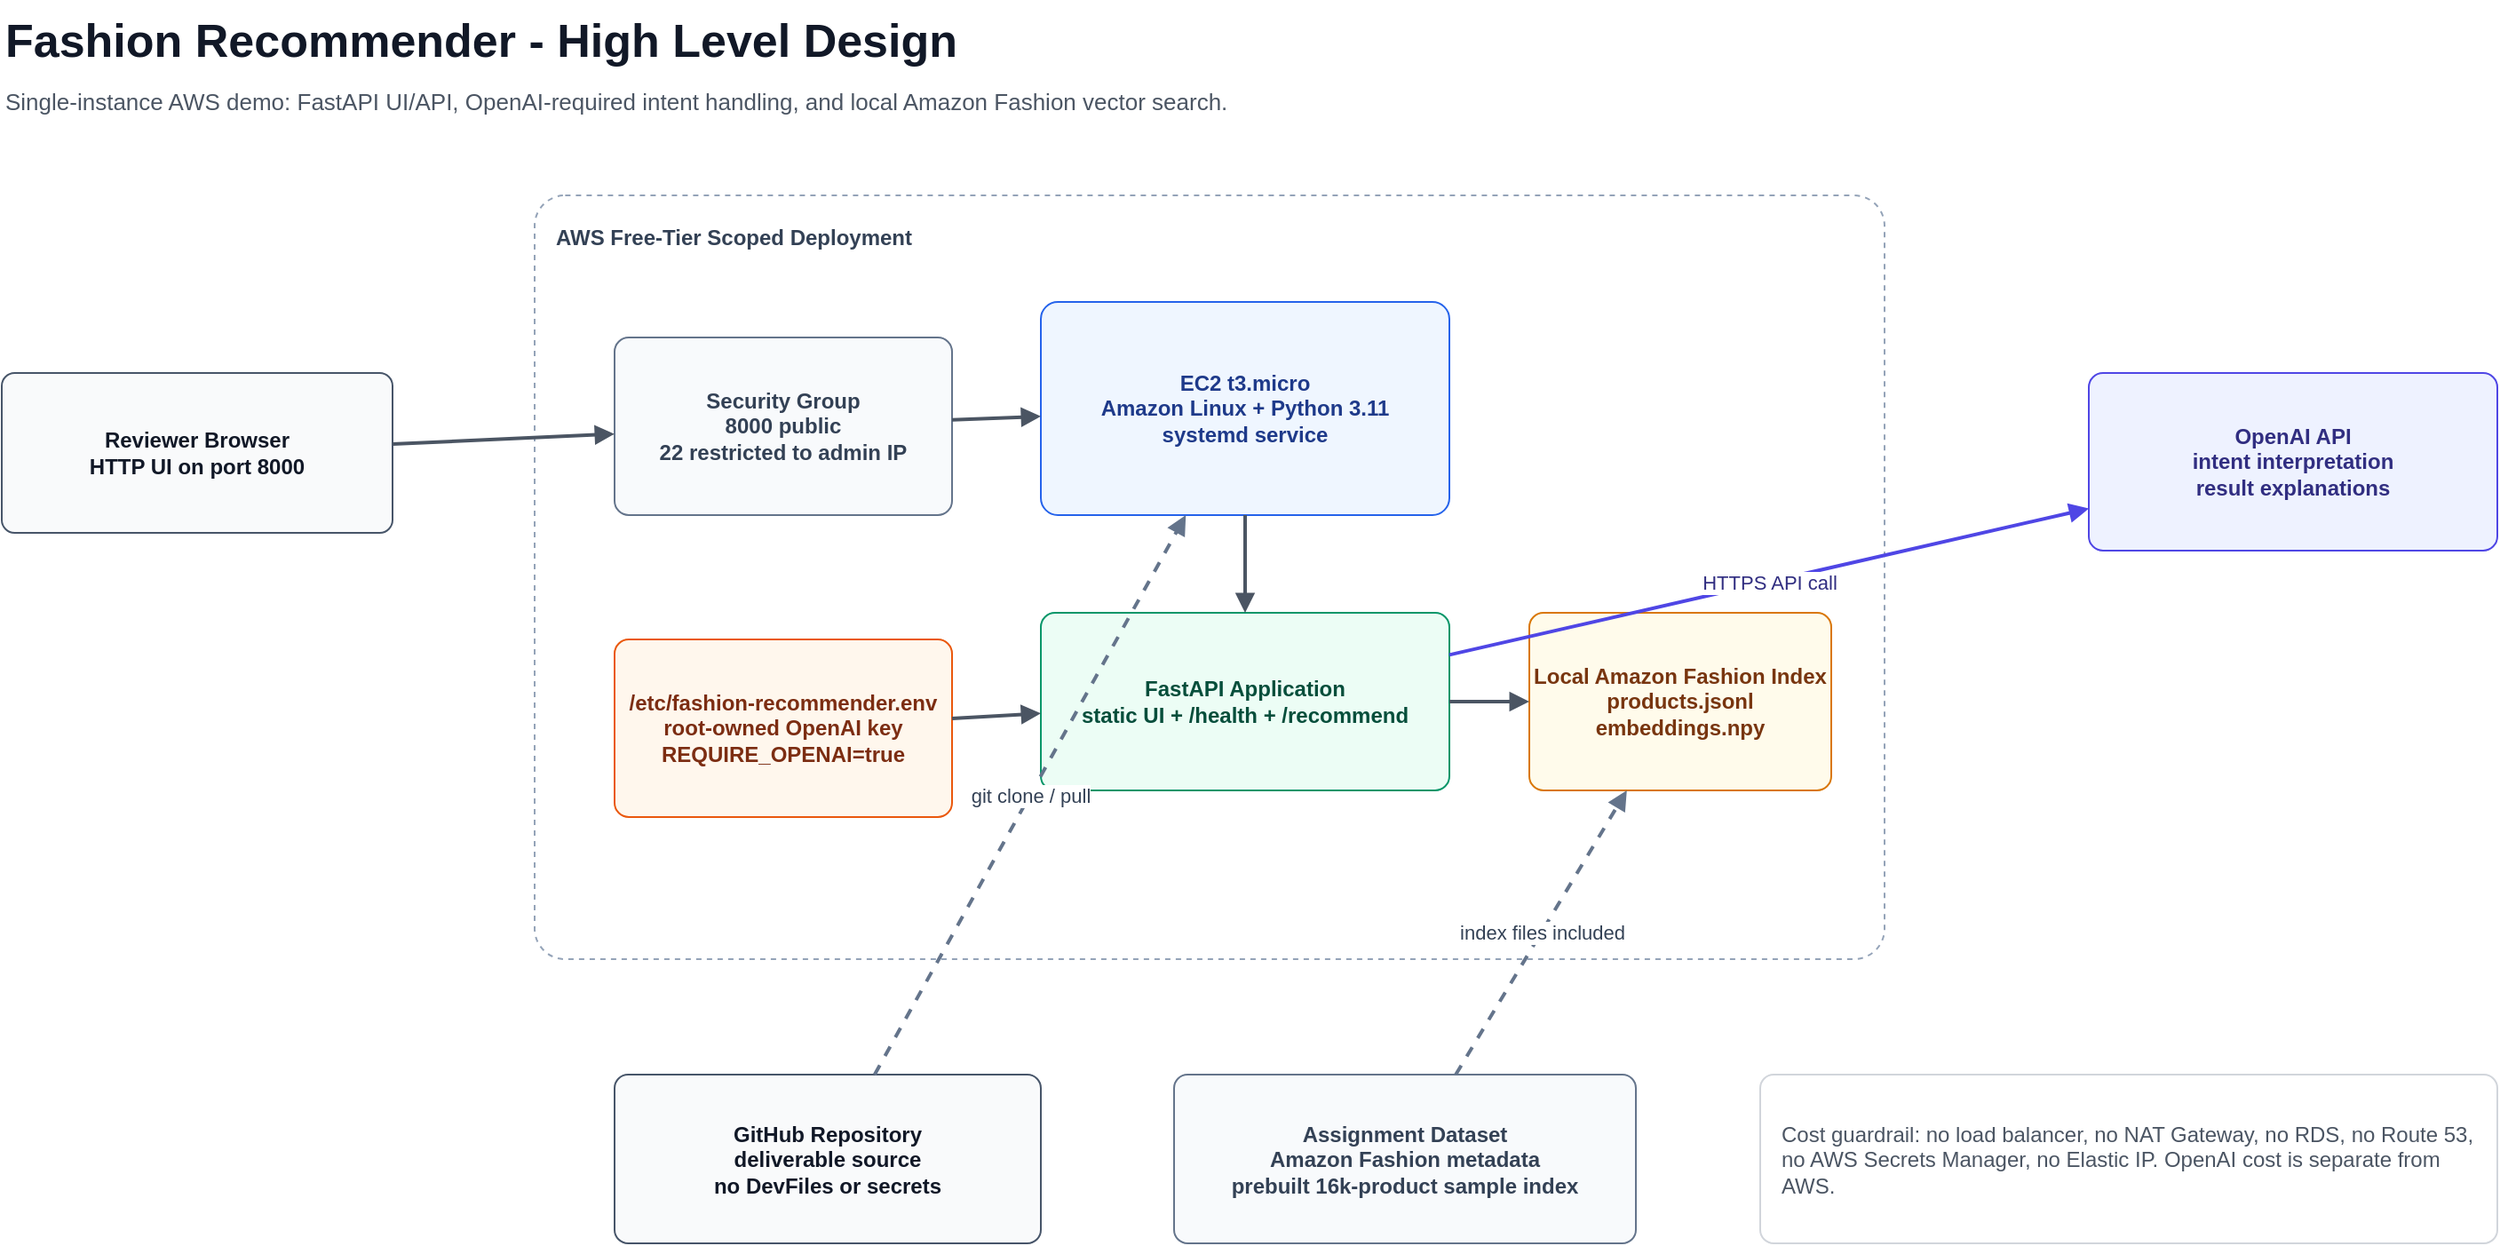
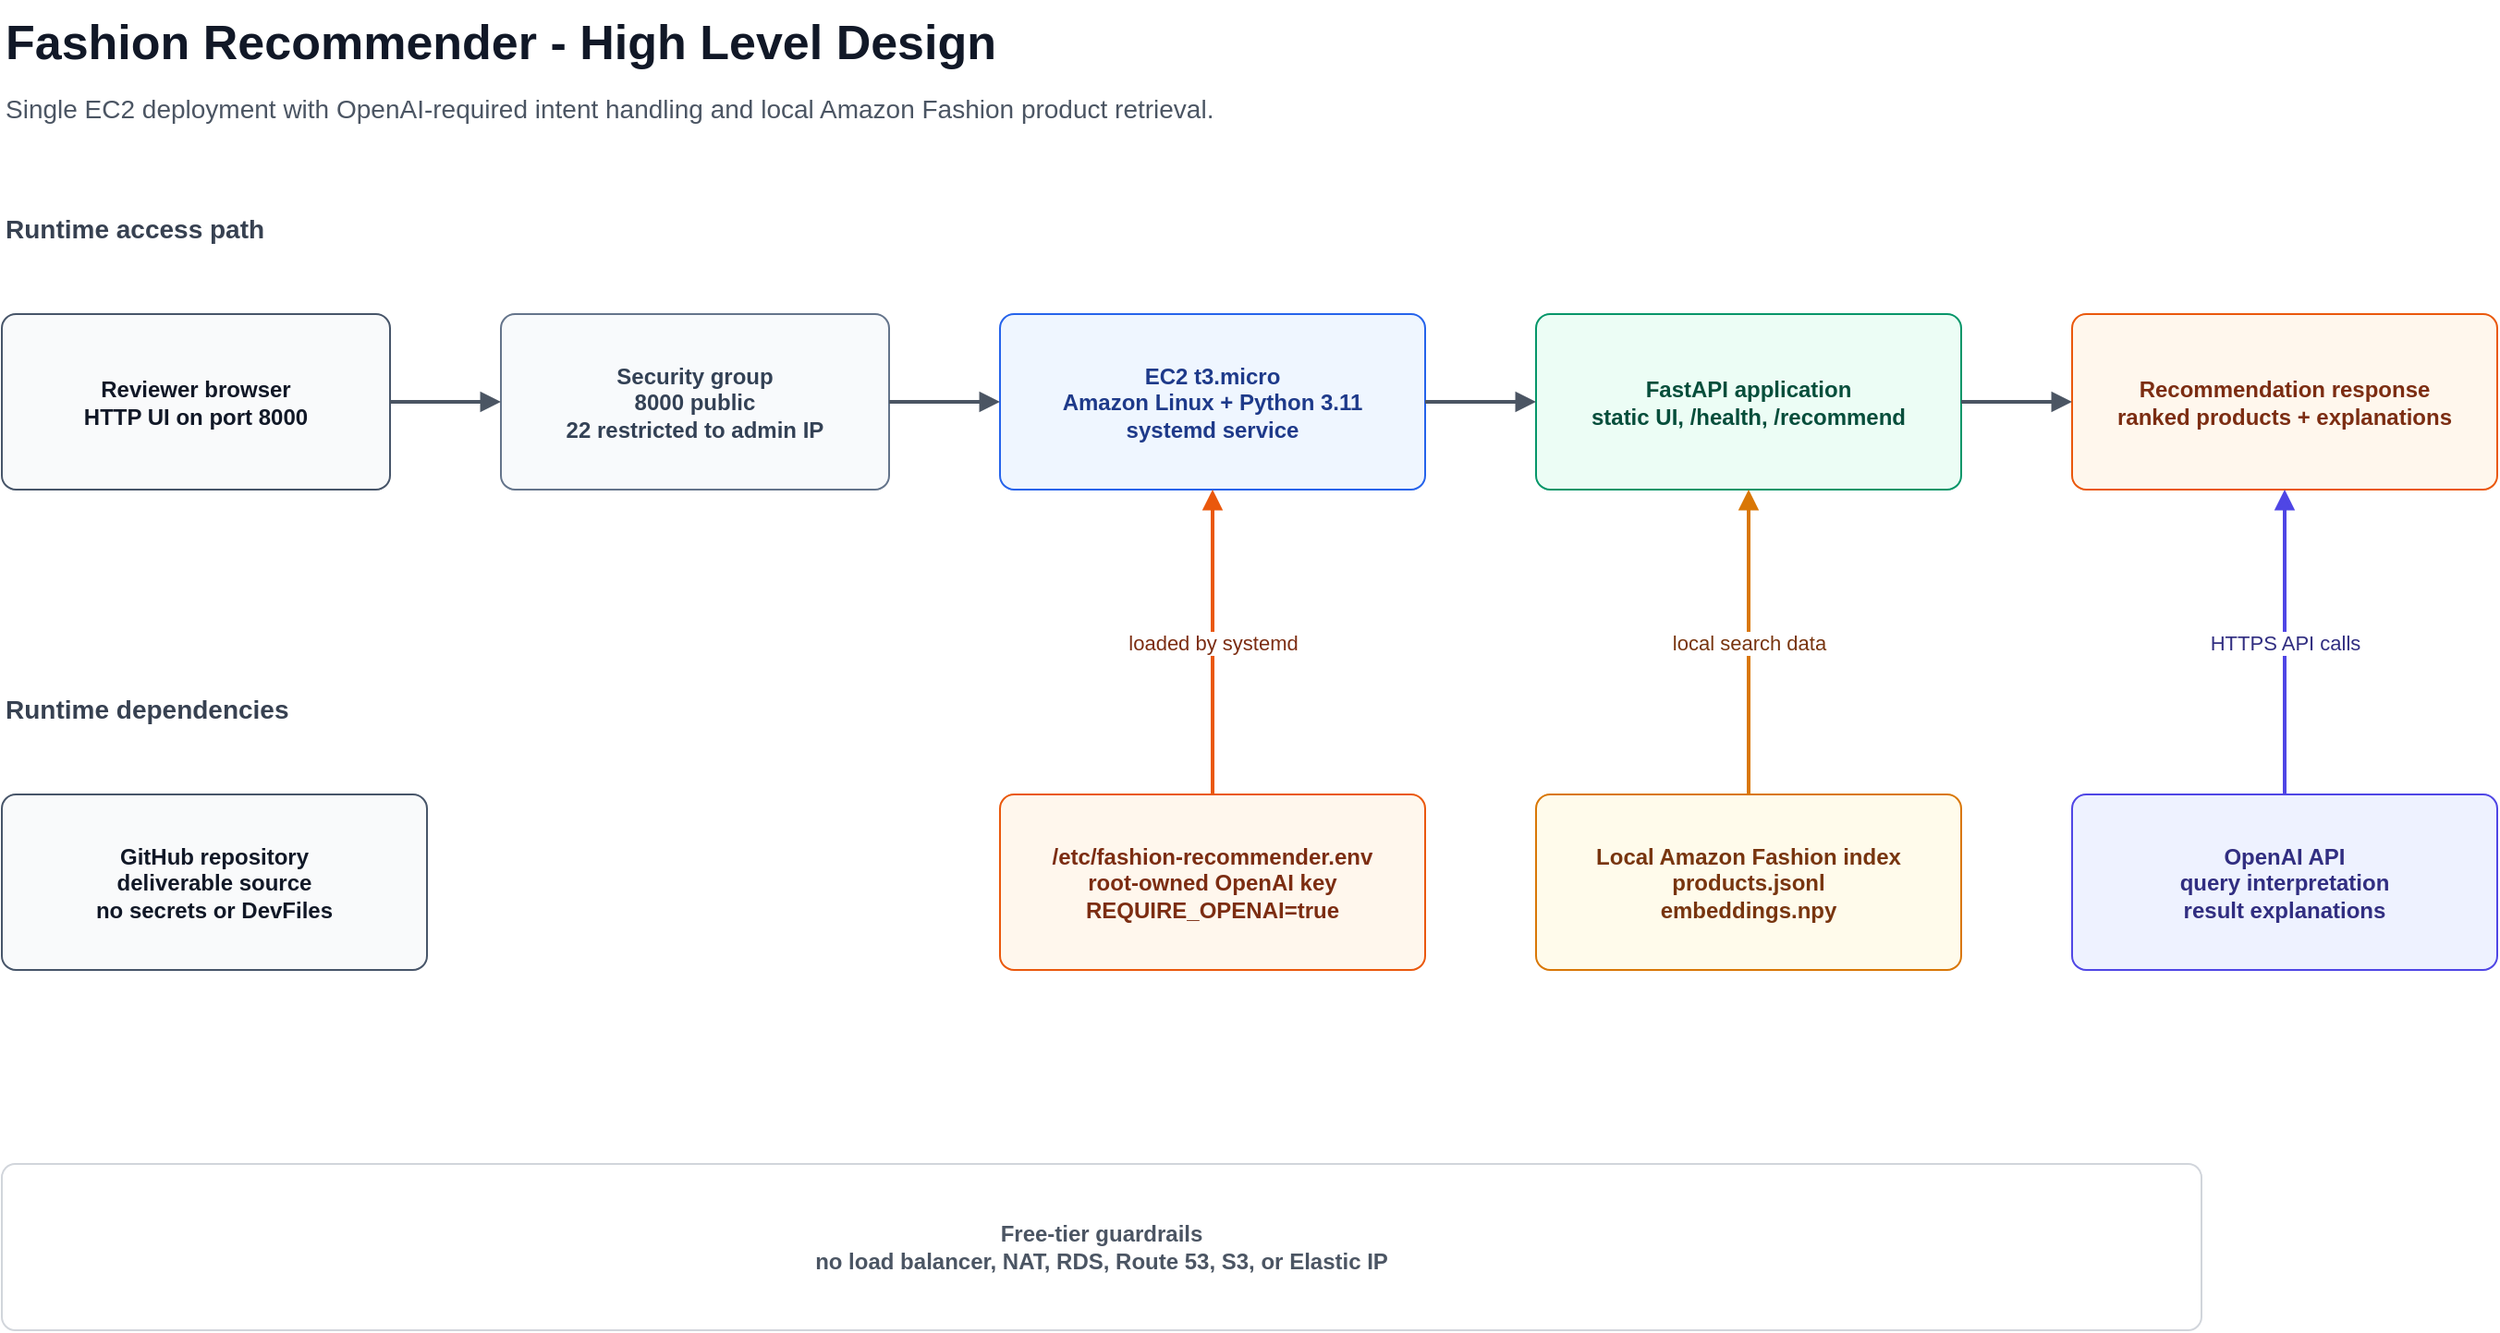
<mxfile host="app.diagrams.net" modified="2026-07-02T00:00:00.000Z" agent="draw.io" version="24.7.17">
  <diagram id="fashion-recommender-hld" name="HLD">
    <mxGraphModel dx="1600" dy="900" grid="1" gridSize="10" guides="1" tooltips="1" connect="1" arrows="1" fold="1" page="1" pageScale="1" pageWidth="1600" pageHeight="900" math="0" shadow="0">
      <root>
        <mxCell id="0" />
        <mxCell id="1" parent="0" />
        <mxCell id="title" value="Fashion Recommender - High Level Design" style="text;html=1;strokeColor=none;fillColor=none;fontSize=26;fontStyle=1;fontColor=#111827;align=left;verticalAlign=middle;whiteSpace=wrap;rounded=0;" vertex="1" parent="1">
-           <mxGeometry x="60" y="35" width="650" height="45" as="geometry" />
+           <mxGeometry x="60" y="35" width="700" height="45" as="geometry" />
        </mxCell>
-         <mxCell id="subtitle" value="Single-instance AWS demo: FastAPI UI/API, OpenAI-required intent handling, and local Amazon Fashion vector search." style="text;html=1;strokeColor=none;fillColor=none;fontSize=13;fontColor=#4b5563;align=left;verticalAlign=middle;whiteSpace=wrap;rounded=0;" vertex="1" parent="1">
-           <mxGeometry x="60" y="78" width="850" height="28" as="geometry" />
+         <mxCell id="subtitle" value="Single EC2 deployment with OpenAI-required intent handling and local Amazon Fashion product retrieval." style="text;html=1;strokeColor=none;fillColor=none;fontSize=14;fontColor=#4b5563;align=left;verticalAlign=middle;whiteSpace=wrap;rounded=0;" vertex="1" parent="1">
+           <mxGeometry x="60" y="80" width="900" height="28" as="geometry" />
        </mxCell>

-         <mxCell id="browser" value="Reviewer Browser&#xa;HTTP UI on port 8000" style="rounded=1;whiteSpace=wrap;html=1;arcSize=8;fillColor=#f9fafb;strokeColor=#475569;fontColor=#111827;fontStyle=1;" vertex="1" parent="1">
-           <mxGeometry x="60" y="245" width="220" height="90" as="geometry" />
+         <mxCell id="flowLabel" value="Runtime access path" style="text;html=1;strokeColor=none;fillColor=none;fontSize=14;fontStyle=1;fontColor=#374151;align=left;verticalAlign=middle;whiteSpace=wrap;rounded=0;" vertex="1" parent="1">
+           <mxGeometry x="60" y="145" width="260" height="28" as="geometry" />
        </mxCell>
-         <mxCell id="awsBoundary" value="AWS Free-Tier Scoped Deployment" style="rounded=1;whiteSpace=wrap;html=1;arcSize=4;fillColor=#ffffff;strokeColor=#94a3b8;fontColor=#334155;fontStyle=1;align=left;verticalAlign=top;spacing=12;dashed=1;" vertex="1" parent="1">
-           <mxGeometry x="360" y="145" width="760" height="430" as="geometry" />
+         <mxCell id="browser" value="Reviewer browser&#xa;HTTP UI on port 8000" style="rounded=1;whiteSpace=wrap;html=1;arcSize=8;fillColor=#f9fafb;strokeColor=#475569;fontColor=#111827;fontStyle=1;" vertex="1" parent="1">
+           <mxGeometry x="60" y="205" width="210" height="95" as="geometry" />
        </mxCell>
-         <mxCell id="sg" value="Security Group&#xa;8000 public&#xa;22 restricted to admin IP" style="rounded=1;whiteSpace=wrap;html=1;arcSize=8;fillColor=#f8fafc;strokeColor=#64748b;fontColor=#334155;fontStyle=1;" vertex="1" parent="1">
-           <mxGeometry x="405" y="225" width="190" height="100" as="geometry" />
+         <mxCell id="sg" value="Security group&#xa;8000 public&#xa;22 restricted to admin IP" style="rounded=1;whiteSpace=wrap;html=1;arcSize=8;fillColor=#f8fafc;strokeColor=#64748b;fontColor=#334155;fontStyle=1;" vertex="1" parent="1">
+           <mxGeometry x="330" y="205" width="210" height="95" as="geometry" />
        </mxCell>
        <mxCell id="ec2" value="EC2 t3.micro&#xa;Amazon Linux + Python 3.11&#xa;systemd service" style="rounded=1;whiteSpace=wrap;html=1;arcSize=8;fillColor=#eff6ff;strokeColor=#2563eb;fontColor=#1e3a8a;fontStyle=1;" vertex="1" parent="1">
-           <mxGeometry x="645" y="205" width="230" height="120" as="geometry" />
+           <mxGeometry x="600" y="205" width="230" height="95" as="geometry" />
        </mxCell>
-         <mxCell id="app" value="FastAPI Application&#xa;static UI + /health + /recommend" style="rounded=1;whiteSpace=wrap;html=1;arcSize=8;fillColor=#ecfdf5;strokeColor=#059669;fontColor=#064e3b;fontStyle=1;" vertex="1" parent="1">
-           <mxGeometry x="645" y="380" width="230" height="100" as="geometry" />
+         <mxCell id="app" value="FastAPI application&#xa;static UI, /health, /recommend" style="rounded=1;whiteSpace=wrap;html=1;arcSize=8;fillColor=#ecfdf5;strokeColor=#059669;fontColor=#064e3b;fontStyle=1;" vertex="1" parent="1">
+           <mxGeometry x="890" y="205" width="230" height="95" as="geometry" />
+         </mxCell>
+         <mxCell id="result" value="Recommendation response&#xa;ranked products + explanations" style="rounded=1;whiteSpace=wrap;html=1;arcSize=8;fillColor=#fff7ed;strokeColor=#ea580c;fontColor=#7c2d12;fontStyle=1;" vertex="1" parent="1">
+           <mxGeometry x="1180" y="205" width="230" height="95" as="geometry" />
+         </mxCell>
+ 
+         <mxCell id="dependencyLabel" value="Runtime dependencies" style="text;html=1;strokeColor=none;fillColor=none;fontSize=14;fontStyle=1;fontColor=#374151;align=left;verticalAlign=middle;whiteSpace=wrap;rounded=0;" vertex="1" parent="1">
+           <mxGeometry x="60" y="405" width="260" height="28" as="geometry" />
+         </mxCell>
+         <mxCell id="repo" value="GitHub repository&#xa;deliverable source&#xa;no secrets or DevFiles" style="rounded=1;whiteSpace=wrap;html=1;arcSize=8;fillColor=#f9fafb;strokeColor=#475569;fontColor=#111827;fontStyle=1;" vertex="1" parent="1">
+           <mxGeometry x="60" y="465" width="230" height="95" as="geometry" />
        </mxCell>
        <mxCell id="env" value="/etc/fashion-recommender.env&#xa;root-owned OpenAI key&#xa;REQUIRE_OPENAI=true" style="rounded=1;whiteSpace=wrap;html=1;arcSize=8;fillColor=#fff7ed;strokeColor=#ea580c;fontColor=#7c2d12;fontStyle=1;" vertex="1" parent="1">
-           <mxGeometry x="405" y="395" width="190" height="100" as="geometry" />
+           <mxGeometry x="600" y="465" width="230" height="95" as="geometry" />
        </mxCell>
-         <mxCell id="index" value="Local Amazon Fashion Index&#xa;products.jsonl&#xa;embeddings.npy" style="rounded=1;whiteSpace=wrap;html=1;arcSize=8;fillColor=#fffbeb;strokeColor=#d97706;fontColor=#78350f;fontStyle=1;" vertex="1" parent="1">
-           <mxGeometry x="920" y="380" width="170" height="100" as="geometry" />
+         <mxCell id="index" value="Local Amazon Fashion index&#xa;products.jsonl&#xa;embeddings.npy" style="rounded=1;whiteSpace=wrap;html=1;arcSize=8;fillColor=#fffbeb;strokeColor=#d97706;fontColor=#78350f;fontStyle=1;" vertex="1" parent="1">
+           <mxGeometry x="890" y="465" width="230" height="95" as="geometry" />
+         </mxCell>
+         <mxCell id="openai" value="OpenAI API&#xa;query interpretation&#xa;result explanations" style="rounded=1;whiteSpace=wrap;html=1;arcSize=8;fillColor=#eef2ff;strokeColor=#4f46e5;fontColor=#312e81;fontStyle=1;" vertex="1" parent="1">
+           <mxGeometry x="1180" y="465" width="230" height="95" as="geometry" />
+         </mxCell>
+         <mxCell id="guardrail" value="Free-tier guardrails&#xa;no load balancer, NAT, RDS, Route 53, S3, or Elastic IP" style="rounded=1;whiteSpace=wrap;html=1;arcSize=8;fillColor=#ffffff;strokeColor=#d1d5db;fontColor=#4b5563;fontStyle=1;" vertex="1" parent="1">
+           <mxGeometry x="60" y="665" width="1190" height="90" as="geometry" />
        </mxCell>

-         <mxCell id="openai" value="OpenAI API&#xa;intent interpretation&#xa;result explanations" style="rounded=1;whiteSpace=wrap;html=1;arcSize=8;fillColor=#eef2ff;strokeColor=#4f46e5;fontColor=#312e81;fontStyle=1;" vertex="1" parent="1">
-           <mxGeometry x="1235" y="245" width="230" height="100" as="geometry" />
-         </mxCell>
-         <mxCell id="github" value="GitHub Repository&#xa;deliverable source&#xa;no DevFiles or secrets" style="rounded=1;whiteSpace=wrap;html=1;arcSize=8;fillColor=#f9fafb;strokeColor=#475569;fontColor=#111827;fontStyle=1;" vertex="1" parent="1">
-           <mxGeometry x="405" y="640" width="240" height="95" as="geometry" />
-         </mxCell>
-         <mxCell id="data" value="Assignment Dataset&#xa;Amazon Fashion metadata&#xa;prebuilt 16k-product sample index" style="rounded=1;whiteSpace=wrap;html=1;arcSize=8;fillColor=#f8fafc;strokeColor=#64748b;fontColor=#334155;fontStyle=1;" vertex="1" parent="1">
-           <mxGeometry x="720" y="640" width="260" height="95" as="geometry" />
-         </mxCell>
-         <mxCell id="note" value="Cost guardrail: no load balancer, no NAT Gateway, no RDS, no Route 53, no AWS Secrets Manager, no Elastic IP. OpenAI cost is separate from AWS." style="rounded=1;whiteSpace=wrap;html=1;arcSize=8;fillColor=#ffffff;strokeColor=#d1d5db;fontColor=#4b5563;align=left;spacing=12;" vertex="1" parent="1">
-           <mxGeometry x="1050" y="640" width="415" height="95" as="geometry" />
-         </mxCell>
- 
-         <mxCell id="e1" style="endArrow=block;html=1;rounded=0;strokeWidth=2;strokeColor=#4b5563;" edge="1" parent="1" source="browser" target="sg">
-           <mxGeometry relative="1" as="geometry" />
-         </mxCell>
-         <mxCell id="e2" style="endArrow=block;html=1;rounded=0;strokeWidth=2;strokeColor=#4b5563;" edge="1" parent="1" source="sg" target="ec2">
-           <mxGeometry relative="1" as="geometry" />
-         </mxCell>
-         <mxCell id="e3" style="endArrow=block;html=1;rounded=0;strokeWidth=2;strokeColor=#4b5563;" edge="1" parent="1" source="ec2" target="app">
-           <mxGeometry relative="1" as="geometry" />
-         </mxCell>
-         <mxCell id="e4" style="endArrow=block;html=1;rounded=0;strokeWidth=2;strokeColor=#4b5563;" edge="1" parent="1" source="env" target="app">
-           <mxGeometry relative="1" as="geometry" />
-         </mxCell>
-         <mxCell id="e5" style="endArrow=block;html=1;rounded=0;strokeWidth=2;strokeColor=#4b5563;" edge="1" parent="1" source="app" target="index">
-           <mxGeometry relative="1" as="geometry" />
-         </mxCell>
-         <mxCell id="e6" value="HTTPS API call" style="endArrow=block;html=1;rounded=0;strokeWidth=2;strokeColor=#4f46e5;fontColor=#312e81;" edge="1" parent="1" source="app" target="openai">
-           <mxGeometry relative="1" as="geometry" />
-         </mxCell>
-         <mxCell id="e7" value="git clone / pull" style="endArrow=block;html=1;rounded=0;strokeWidth=2;strokeColor=#64748b;fontColor=#334155;dashed=1;" edge="1" parent="1" source="github" target="ec2">
-           <mxGeometry relative="1" as="geometry" />
-         </mxCell>
-         <mxCell id="e8" value="index files included" style="endArrow=block;html=1;rounded=0;strokeWidth=2;strokeColor=#64748b;fontColor=#334155;dashed=1;" edge="1" parent="1" source="data" target="index">
-           <mxGeometry relative="1" as="geometry" />
-         </mxCell>
+         <mxCell id="e1" style="edgeStyle=orthogonalEdgeStyle;endArrow=block;html=1;rounded=0;strokeWidth=2;strokeColor=#4b5563;exitX=1;exitY=0.5;entryX=0;entryY=0.5;" edge="1" parent="1" source="browser" target="sg"><mxGeometry relative="1" as="geometry" /></mxCell>
+         <mxCell id="e2" style="edgeStyle=orthogonalEdgeStyle;endArrow=block;html=1;rounded=0;strokeWidth=2;strokeColor=#4b5563;exitX=1;exitY=0.5;entryX=0;entryY=0.5;" edge="1" parent="1" source="sg" target="ec2"><mxGeometry relative="1" as="geometry" /></mxCell>
+         <mxCell id="e3" style="edgeStyle=orthogonalEdgeStyle;endArrow=block;html=1;rounded=0;strokeWidth=2;strokeColor=#4b5563;exitX=1;exitY=0.5;entryX=0;entryY=0.5;" edge="1" parent="1" source="ec2" target="app"><mxGeometry relative="1" as="geometry" /></mxCell>
+         <mxCell id="e4" style="edgeStyle=orthogonalEdgeStyle;endArrow=block;html=1;rounded=0;strokeWidth=2;strokeColor=#4b5563;exitX=1;exitY=0.5;entryX=0;entryY=0.5;" edge="1" parent="1" source="app" target="result"><mxGeometry relative="1" as="geometry" /></mxCell>
+         <mxCell id="e6" value="loaded by systemd" style="edgeStyle=orthogonalEdgeStyle;endArrow=block;html=1;rounded=0;strokeWidth=2;strokeColor=#ea580c;fontColor=#7c2d12;exitX=0.5;exitY=0;entryX=0.5;entryY=1;" edge="1" parent="1" source="env" target="ec2"><mxGeometry relative="1" as="geometry" /></mxCell>
+         <mxCell id="e7" value="local search data" style="edgeStyle=orthogonalEdgeStyle;endArrow=block;html=1;rounded=0;strokeWidth=2;strokeColor=#d97706;fontColor=#78350f;exitX=0.5;exitY=0;entryX=0.5;entryY=1;" edge="1" parent="1" source="index" target="app"><mxGeometry relative="1" as="geometry" /></mxCell>
+         <mxCell id="e8" value="HTTPS API calls" style="edgeStyle=orthogonalEdgeStyle;endArrow=block;html=1;rounded=0;strokeWidth=2;strokeColor=#4f46e5;fontColor=#312e81;exitX=0.5;exitY=0;entryX=0.5;entryY=1;" edge="1" parent="1" source="openai" target="result"><mxGeometry relative="1" as="geometry" /></mxCell>
      </root>
    </mxGraphModel>
  </diagram>
</mxfile>
